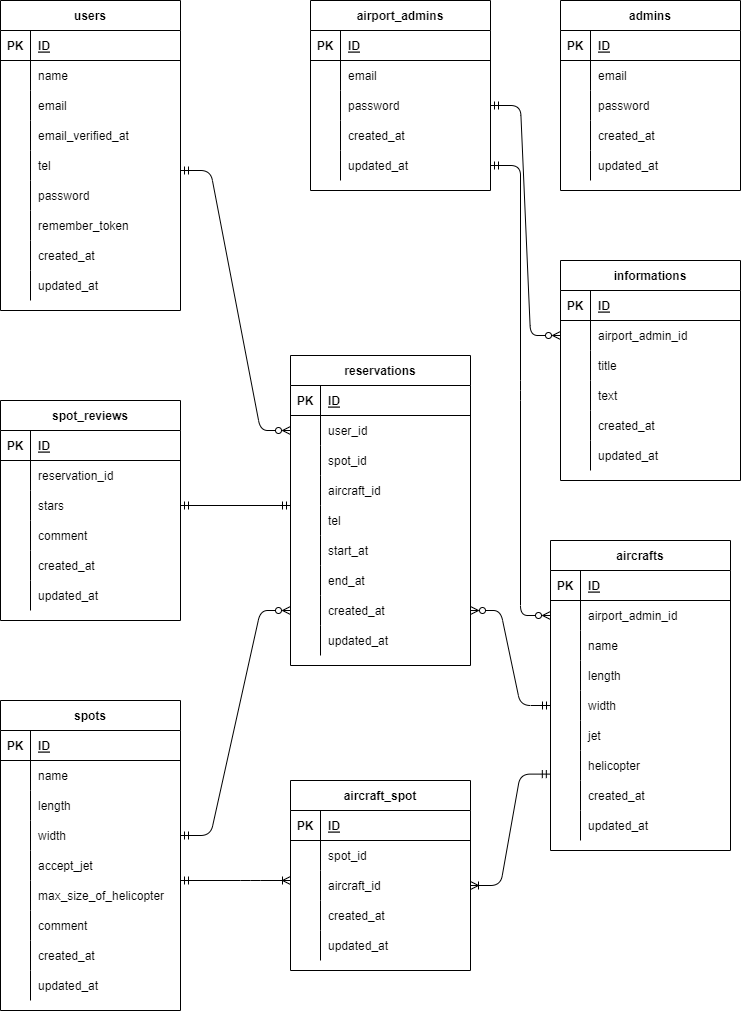
doingen/spottle keeps this draw.io diagram as ER.drawio.png. Above is the earlier version. Source tidied: cells renumbered, new cells last; positions are measured from the earlier drawing's top-left corner, leaving out a move shared by most shapes.
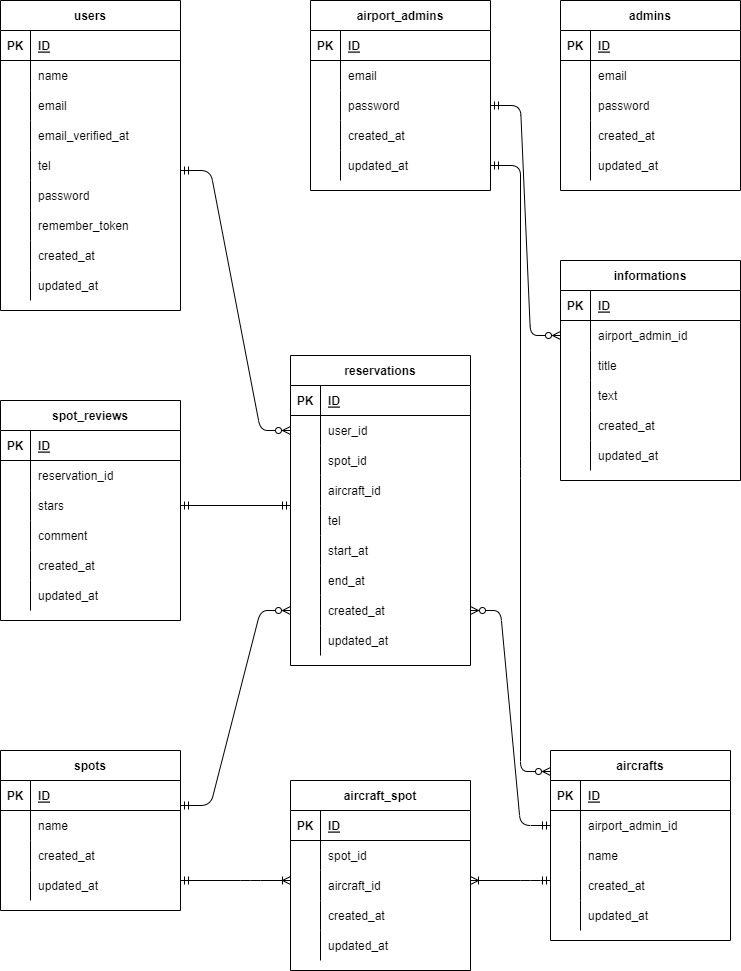
Above is the later version.

What changed in the source:
```diff
@@ -183,7 +183,7 @@
       <mxGeometry x="30" width="150" height="30" as="geometry" />
     </mxCell>
     <mxCell id="62" value="spots" style="shape=table;startSize=30;rowLines=0;fontStyle=1;align=center;" parent="1" vertex="1">
-      <mxGeometry y="700" width="180" height="310" as="geometry" />
+      <mxGeometry y="750" width="180" height="160" as="geometry" />
     </mxCell>
     <mxCell id="63" style="shape=partialRectangle;fillColor=none;top=0;left=0;bottom=1;right=0;" parent="62" vertex="1">
       <mxGeometry y="30" width="180" height="30" as="geometry" />
@@ -203,53 +203,8 @@
     <mxCell id="68" value="name" style="shape=partialRectangle;fillColor=none;top=0;left=0;bottom=0;right=0;align=left;spacingLeft=6;overflow=hidden;" parent="66" vertex="1">
       <mxGeometry x="30" width="150" height="30" as="geometry" />
     </mxCell>
-    <mxCell id="69" style="shape=partialRectangle;fillColor=none;top=0;left=0;bottom=0;right=0;" parent="62" vertex="1">
-      <mxGeometry y="90" width="180" height="30" as="geometry" />
-    </mxCell>
-    <mxCell id="70" style="shape=partialRectangle;fillColor=none;top=0;left=0;bottom=0;right=0;overflow=hidden;" parent="69" vertex="1">
-      <mxGeometry width="30" height="30" as="geometry" />
-    </mxCell>
-    <mxCell id="71" value="length" style="shape=partialRectangle;fillColor=none;top=0;left=0;bottom=0;right=0;align=left;spacingLeft=6;overflow=hidden;" parent="69" vertex="1">
-      <mxGeometry x="30" width="150" height="30" as="geometry" />
-    </mxCell>
-    <mxCell id="72" style="shape=partialRectangle;fillColor=none;top=0;left=0;bottom=0;right=0;points=[[0,0.5],[1,0.5]];portConstraint=eastwest;" parent="62" vertex="1">
-      <mxGeometry y="120" width="180" height="30" as="geometry" />
-    </mxCell>
-    <mxCell id="73" style="shape=partialRectangle;fillColor=none;top=0;left=0;bottom=0;right=0;overflow=hidden;" parent="72" vertex="1">
-      <mxGeometry width="30" height="30" as="geometry" />
-    </mxCell>
-    <mxCell id="74" value="width" style="shape=partialRectangle;fillColor=none;top=0;left=0;bottom=0;right=0;align=left;spacingLeft=6;overflow=hidden;" parent="72" vertex="1">
-      <mxGeometry x="30" width="150" height="30" as="geometry" />
-    </mxCell>
-    <mxCell id="75" style="shape=partialRectangle;fillColor=none;top=0;left=0;bottom=0;right=0;" parent="62" vertex="1">
-      <mxGeometry y="150" width="180" height="30" as="geometry" />
-    </mxCell>
-    <mxCell id="76" style="shape=partialRectangle;fillColor=none;top=0;left=0;bottom=0;right=0;overflow=hidden;" parent="75" vertex="1">
-      <mxGeometry width="30" height="30" as="geometry" />
-    </mxCell>
-    <mxCell id="77" value="accept_jet" style="shape=partialRectangle;fillColor=none;top=0;left=0;bottom=0;right=0;align=left;spacingLeft=6;overflow=hidden;" parent="75" vertex="1">
-      <mxGeometry x="30" width="150" height="30" as="geometry" />
-    </mxCell>
-    <mxCell id="78" style="shape=partialRectangle;fillColor=none;top=0;left=0;bottom=0;right=0;" parent="62" vertex="1">
-      <mxGeometry y="180" width="180" height="30" as="geometry" />
-    </mxCell>
-    <mxCell id="79" style="shape=partialRectangle;fillColor=none;top=0;left=0;bottom=0;right=0;overflow=hidden;" parent="78" vertex="1">
-      <mxGeometry width="30" height="30" as="geometry" />
-    </mxCell>
-    <mxCell id="80" value="max_size_of_helicopter" style="shape=partialRectangle;fillColor=none;top=0;left=0;bottom=0;right=0;align=left;spacingLeft=6;overflow=hidden;" parent="78" vertex="1">
-      <mxGeometry x="30" width="150" height="30" as="geometry" />
-    </mxCell>
-    <mxCell id="81" style="shape=partialRectangle;fillColor=none;top=0;left=0;bottom=0;right=0;" parent="62" vertex="1">
-      <mxGeometry y="210" width="180" height="30" as="geometry" />
-    </mxCell>
-    <mxCell id="82" style="shape=partialRectangle;fillColor=none;top=0;left=0;bottom=0;right=0;overflow=hidden;" parent="81" vertex="1">
-      <mxGeometry width="30" height="30" as="geometry" />
-    </mxCell>
-    <mxCell id="83" value="comment" style="shape=partialRectangle;fillColor=none;top=0;left=0;bottom=0;right=0;align=left;spacingLeft=6;overflow=hidden;" parent="81" vertex="1">
-      <mxGeometry x="30" width="150" height="30" as="geometry" />
-    </mxCell>
     <mxCell id="84" style="shape=partialRectangle;fillColor=none;top=0;left=0;bottom=0;right=0;" parent="62" vertex="1">
-      <mxGeometry y="240" width="180" height="30" as="geometry" />
+      <mxGeometry y="90" width="180" height="30" as="geometry" />
     </mxCell>
     <mxCell id="85" style="shape=partialRectangle;fillColor=none;top=0;left=0;bottom=0;right=0;overflow=hidden;" parent="84" vertex="1">
       <mxGeometry width="30" height="30" as="geometry" />
@@ -258,7 +213,7 @@
       <mxGeometry x="30" width="150" height="30" as="geometry" />
     </mxCell>
     <mxCell id="87" style="shape=partialRectangle;fillColor=none;top=0;left=0;bottom=0;right=0;" parent="62" vertex="1">
-      <mxGeometry y="270" width="180" height="30" as="geometry" />
+      <mxGeometry y="120" width="180" height="30" as="geometry" />
     </mxCell>
     <mxCell id="88" style="shape=partialRectangle;fillColor=none;top=0;left=0;bottom=0;right=0;overflow=hidden;" parent="87" vertex="1">
       <mxGeometry width="30" height="30" as="geometry" />
@@ -465,7 +420,7 @@
       <mxGeometry x="30" width="150" height="30" as="geometry" />
     </mxCell>
     <mxCell id="156" value="aircrafts" style="shape=table;startSize=30;rowLines=0;fontStyle=1;align=center;" parent="1" vertex="1">
-      <mxGeometry x="550" y="540" width="180" height="310" as="geometry" />
+      <mxGeometry x="550" y="750" width="180" height="190" as="geometry" />
     </mxCell>
     <mxCell id="157" style="shape=partialRectangle;fillColor=none;top=0;left=0;bottom=1;right=0;" parent="156" vertex="1">
       <mxGeometry y="30" width="180" height="30" as="geometry" />
@@ -494,44 +449,8 @@
     <mxCell id="165" value="name" style="shape=partialRectangle;fillColor=none;top=0;left=0;bottom=0;right=0;align=left;spacingLeft=6;overflow=hidden;" parent="163" vertex="1">
       <mxGeometry x="30" width="150" height="30" as="geometry" />
     </mxCell>
-    <mxCell id="166" style="shape=partialRectangle;fillColor=none;top=0;left=0;bottom=0;right=0;" parent="156" vertex="1">
-      <mxGeometry y="120" width="180" height="30" as="geometry" />
-    </mxCell>
-    <mxCell id="167" style="shape=partialRectangle;fillColor=none;top=0;left=0;bottom=0;right=0;overflow=hidden;" parent="166" vertex="1">
-      <mxGeometry width="30" height="30" as="geometry" />
-    </mxCell>
-    <mxCell id="168" value="length" style="shape=partialRectangle;fillColor=none;top=0;left=0;bottom=0;right=0;align=left;spacingLeft=6;overflow=hidden;" parent="166" vertex="1">
-      <mxGeometry x="30" width="150" height="30" as="geometry" />
-    </mxCell>
-    <mxCell id="169" style="shape=partialRectangle;fillColor=none;top=0;left=0;bottom=0;right=0;points=[[0,0.5],[1,0.5]];portConstraint=eastwest;" parent="156" vertex="1">
-      <mxGeometry y="150" width="180" height="30" as="geometry" />
-    </mxCell>
-    <mxCell id="170" style="shape=partialRectangle;fillColor=none;top=0;left=0;bottom=0;right=0;overflow=hidden;" parent="169" vertex="1">
-      <mxGeometry width="30" height="30" as="geometry" />
-    </mxCell>
-    <mxCell id="171" value="width" style="shape=partialRectangle;fillColor=none;top=0;left=0;bottom=0;right=0;align=left;spacingLeft=6;overflow=hidden;" parent="169" vertex="1">
-      <mxGeometry x="30" width="150" height="30" as="geometry" />
-    </mxCell>
-    <mxCell id="172" style="shape=partialRectangle;fillColor=none;top=0;left=0;bottom=0;right=0;" parent="156" vertex="1">
-      <mxGeometry y="180" width="180" height="30" as="geometry" />
-    </mxCell>
-    <mxCell id="173" style="shape=partialRectangle;fillColor=none;top=0;left=0;bottom=0;right=0;overflow=hidden;" parent="172" vertex="1">
-      <mxGeometry width="30" height="30" as="geometry" />
-    </mxCell>
-    <mxCell id="174" value="jet" style="shape=partialRectangle;fillColor=none;top=0;left=0;bottom=0;right=0;align=left;spacingLeft=6;overflow=hidden;" parent="172" vertex="1">
-      <mxGeometry x="30" width="150" height="30" as="geometry" />
-    </mxCell>
-    <mxCell id="175" style="shape=partialRectangle;fillColor=none;top=0;left=0;bottom=0;right=0;points=[[0,0.5],[1,0.5]];portConstraint=eastwest;" parent="156" vertex="1">
-      <mxGeometry y="210" width="180" height="30" as="geometry" />
-    </mxCell>
-    <mxCell id="176" style="shape=partialRectangle;fillColor=none;top=0;left=0;bottom=0;right=0;overflow=hidden;" parent="175" vertex="1">
-      <mxGeometry width="30" height="30" as="geometry" />
-    </mxCell>
-    <mxCell id="177" value="helicopter" style="shape=partialRectangle;fillColor=none;top=0;left=0;bottom=0;right=0;align=left;spacingLeft=6;overflow=hidden;" parent="175" vertex="1">
-      <mxGeometry x="30" width="150" height="30" as="geometry" />
-    </mxCell>
     <mxCell id="178" style="shape=partialRectangle;fillColor=none;top=0;left=0;bottom=0;right=0;" parent="156" vertex="1">
-      <mxGeometry y="240" width="180" height="30" as="geometry" />
+      <mxGeometry y="120" width="180" height="30" as="geometry" />
     </mxCell>
     <mxCell id="179" style="shape=partialRectangle;fillColor=none;top=0;left=0;bottom=0;right=0;overflow=hidden;" parent="178" vertex="1">
       <mxGeometry width="30" height="30" as="geometry" />
@@ -540,7 +459,7 @@
       <mxGeometry x="30" width="150" height="30" as="geometry" />
     </mxCell>
     <mxCell id="181" style="shape=partialRectangle;fillColor=none;top=0;left=0;bottom=0;right=0;" parent="156" vertex="1">
-      <mxGeometry y="270" width="180" height="30" as="geometry" />
+      <mxGeometry y="150" width="180" height="30" as="geometry" />
     </mxCell>
     <mxCell id="182" style="shape=partialRectangle;fillColor=none;top=0;left=0;bottom=0;right=0;overflow=hidden;" parent="181" vertex="1">
       <mxGeometry width="30" height="30" as="geometry" />
@@ -553,22 +472,23 @@
         <mxPoint x="180" y="170" as="sourcePoint" />
       </mxGeometry>
     </mxCell>
-    <mxCell id="185" style="edgeStyle=entityRelationEdgeStyle;fontSize=12;html=1;endArrow=ERzeroToMany;startArrow=ERmandOne;entryX=0;entryY=0.5;entryDx=0;entryDy=0;endFill=0;exitX=1;exitY=0.5;exitDx=0;exitDy=0;" parent="1" edge="1" source="72" target="131">
-      <mxGeometry relative="1" as="geometry" />
+    <mxCell id="185" style="edgeStyle=entityRelationEdgeStyle;fontSize=12;html=1;endArrow=ERzeroToMany;startArrow=ERmandOne;entryX=0;entryY=0.5;entryDx=0;entryDy=0;endFill=0;exitX=1;exitY=0.5;exitDx=0;exitDy=0;" parent="1" edge="1" target="131">
+      <mxGeometry relative="1" as="geometry">
+        <mxPoint x="180" y="805" as="sourcePoint" />
+      </mxGeometry>
     </mxCell>
     <mxCell id="186" style="fontSize=12;html=1;endArrow=ERmandOne;startArrow=ERmandOne;endFill=0;exitX=1;exitY=0.5;exitDx=0;exitDy=0;" parent="1" edge="1" source="97">
       <mxGeometry relative="1" as="geometry">
         <mxPoint x="290" y="505" as="targetPoint" />
       </mxGeometry>
     </mxCell>
-    <mxCell id="187" style="edgeStyle=entityRelationEdgeStyle;fontSize=12;html=1;endArrow=ERzeroToMany;startArrow=ERmandOne;entryX=1;entryY=0.5;entryDx=0;entryDy=0;endFill=0;" parent="1" edge="1" source="169" target="131">
-      <mxGeometry relative="1" as="geometry" />
-    </mxCell>
     <mxCell id="188" style="edgeStyle=entityRelationEdgeStyle;fontSize=12;html=1;endArrow=ERzeroToMany;startArrow=ERmandOne;endFill=0;exitX=1;exitY=0.5;exitDx=0;exitDy=0;" parent="1" edge="1" source="37" target="141">
       <mxGeometry relative="1" as="geometry" />
     </mxCell>
-    <mxCell id="189" style="edgeStyle=entityRelationEdgeStyle;fontSize=12;html=1;endArrow=ERzeroToMany;startArrow=ERmandOne;endFill=0;entryX=0;entryY=0.5;entryDx=0;entryDy=0;" parent="1" edge="1" source="43" target="160">
-      <mxGeometry relative="1" as="geometry" />
+    <mxCell id="189" style="edgeStyle=entityRelationEdgeStyle;fontSize=12;html=1;endArrow=ERzeroToMany;startArrow=ERmandOne;endFill=0;" parent="1" edge="1" source="43">
+      <mxGeometry relative="1" as="geometry">
+        <mxPoint x="550" y="771" as="targetPoint" />
+      </mxGeometry>
     </mxCell>
     <mxCell id="190" value="aircraft_spot" style="shape=table;startSize=30;rowLines=0;fontStyle=1;align=center;" parent="1" vertex="1">
       <mxGeometry x="290" y="780" width="180" height="190" as="geometry" />
@@ -627,8 +547,17 @@
         </Array>
       </mxGeometry>
     </mxCell>
-    <mxCell id="207" style="edgeStyle=entityRelationEdgeStyle;fontSize=12;html=1;endArrow=ERoneToMany;startArrow=ERmandOne;entryX=1;entryY=0.5;entryDx=0;entryDy=0;endFill=0;exitX=-0.001;exitY=0.787;exitDx=0;exitDy=0;exitPerimeter=0;" parent="1" edge="1" source="175" target="197">
-      <mxGeometry relative="1" as="geometry" />
+    <mxCell id="207" style="fontSize=12;html=1;endArrow=ERoneToMany;startArrow=ERmandOne;endFill=0;" parent="1" edge="1">
+      <mxGeometry relative="1" as="geometry">
+        <mxPoint x="550" y="880" as="sourcePoint" />
+        <mxPoint x="470" y="880" as="targetPoint" />
+        <Array as="points">
+          <mxPoint x="530" y="880" />
+        </Array>
+      </mxGeometry>
     </mxCell>
+    <mxCell id="208" style="edgeStyle=entityRelationEdgeStyle;fontSize=12;html=1;endArrow=ERzeroToMany;startArrow=ERmandOne;entryX=1;entryY=0.5;entryDx=0;entryDy=0;endFill=0;exitX=0;exitY=0.5;exitDx=0;exitDy=0;" parent="1" edge="1" source="160" target="131">
+      <mxGeometry relative="1" as="geometry" />
+    </mxCell>
   </root>
 </mxGraphModel>
```
